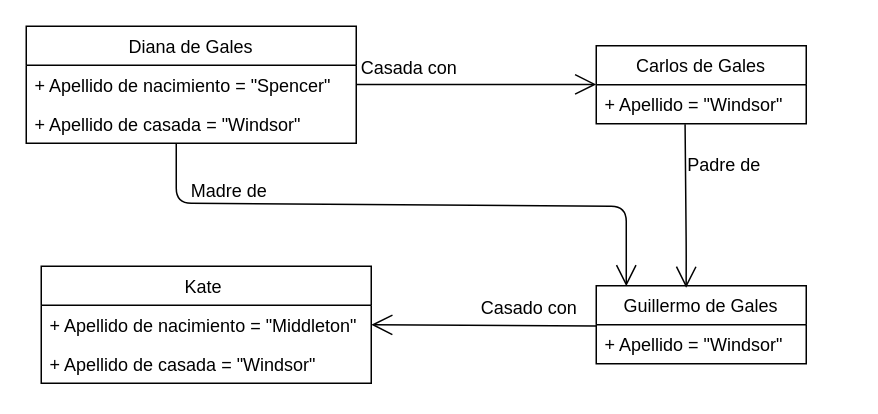
Above: Ejercicio_02.drawio in Trabajos-grupales/UML (draw.io), before the change. Source tidied: cells renumbered, new cells numbered last; positions are measured from the earlier drawing's top-left corner, leaving out a move shared by most shapes. Both pictures are drawn from the tidied source at 150%, with x=0, y=0 at pixel (26, 26).
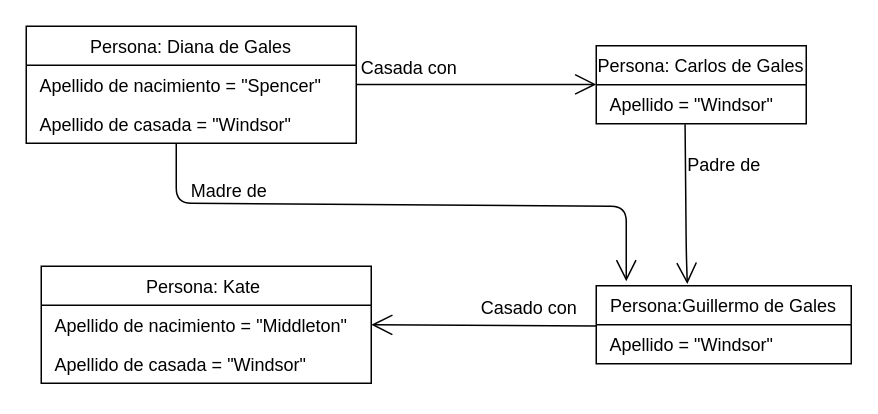
The same page after the edit.

Change to the diagram source:
```diff
@@
-    <mxCell id="2" value="Diana de Gales" style="swimlane;fontStyle=0;horizontal=1;startSize=26;fillColor=none;" parent="1" vertex="1">
+    <mxCell id="2" value="Persona: Diana de Gales" style="swimlane;fontStyle=0;horizontal=1;startSize=26;fillColor=none;" parent="1" vertex="1">
       <mxGeometry width="220" height="78" as="geometry" />
     </mxCell>
-    <mxCell id="3" value="+ Apellido de nacimiento = &quot;Spencer&quot;" style="text;strokeColor=none;fillColor=none;align=left;verticalAlign=top;spacingLeft=4;spacingRight=4;overflow=hidden;" parent="2" vertex="1">
+    <mxCell id="3" value=" Apellido de nacimiento = &quot;Spencer&quot;" style="text;strokeColor=none;fillColor=none;align=left;verticalAlign=top;spacingLeft=4;spacingRight=4;overflow=hidden;" parent="2" vertex="1">
       <mxGeometry y="26" width="220" height="26" as="geometry" />
     </mxCell>
-    <mxCell id="4" value="+ Apellido de casada = &quot;Windsor&quot;" style="text;strokeColor=none;fillColor=none;align=left;verticalAlign=top;spacingLeft=4;spacingRight=4;overflow=hidden;" parent="2" vertex="1">
+    <mxCell id="4" value=" Apellido de casada = &quot;Windsor&quot;" style="text;strokeColor=none;fillColor=none;align=left;verticalAlign=top;spacingLeft=4;spacingRight=4;overflow=hidden;" parent="2" vertex="1">
       <mxGeometry y="52" width="220" height="26" as="geometry" />
     </mxCell>
-    <mxCell id="5" value="Carlos de Gales" style="swimlane;fontStyle=0;horizontal=1;startSize=26;fillColor=none;" parent="1" vertex="1">
+    <mxCell id="5" value="Persona: Carlos de Gales" style="swimlane;fontStyle=0;horizontal=1;startSize=26;fillColor=none;" parent="1" vertex="1">
       <mxGeometry x="380" y="13" width="140" height="52" as="geometry" />
     </mxCell>
-    <mxCell id="6" value="+ Apellido = &quot;Windsor&quot;" style="text;strokeColor=none;fillColor=none;align=left;verticalAlign=top;spacingLeft=4;spacingRight=4;overflow=hidden;points=[[0,0.5],[1,0.5]];portConstraint=eastwest;" parent="5" vertex="1">
+    <mxCell id="6" value=" Apellido = &quot;Windsor&quot;" style="text;strokeColor=none;fillColor=none;align=left;verticalAlign=top;spacingLeft=4;spacingRight=4;overflow=hidden;points=[[0,0.5],[1,0.5]];portConstraint=eastwest;" parent="5" vertex="1">
       <mxGeometry y="26" width="140" height="26" as="geometry" />
     </mxCell>
-    <mxCell id="7" value="Guillermo de Gales" style="swimlane;fontStyle=0;horizontal=1;startSize=26;fillColor=none;" parent="1" vertex="1">
-      <mxGeometry x="380" y="173" width="140" height="52" as="geometry" />
+    <mxCell id="7" value="Persona:Guillermo de Gales" style="swimlane;fontStyle=0;horizontal=1;startSize=26;fillColor=none;" parent="1" vertex="1">
+      <mxGeometry x="380" y="173" width="170" height="52" as="geometry" />
     </mxCell>
-    <mxCell id="8" value="+ Apellido = &quot;Windsor&quot;" style="text;strokeColor=none;fillColor=none;align=left;verticalAlign=top;spacingLeft=4;spacingRight=4;overflow=hidden;points=[[0,0.5],[1,0.5]];portConstraint=eastwest;" parent="7" vertex="1">
-      <mxGeometry y="26" width="140" height="26" as="geometry" />
+    <mxCell id="8" value=" Apellido = &quot;Windsor&quot;" style="text;strokeColor=none;fillColor=none;align=left;verticalAlign=top;spacingLeft=4;spacingRight=4;overflow=hidden;points=[[0,0.5],[1,0.5]];portConstraint=eastwest;" parent="7" vertex="1">
+      <mxGeometry y="26" width="170" height="26" as="geometry" />
     </mxCell>
-    <mxCell id="9" value="Kate " style="swimlane;fontStyle=0;horizontal=1;startSize=26;fillColor=none;" parent="1" vertex="1">
+    <mxCell id="9" value="Persona: Kate " style="swimlane;fontStyle=0;horizontal=1;startSize=26;fillColor=none;" parent="1" vertex="1">
       <mxGeometry x="10" y="160" width="220" height="78" as="geometry" />
     </mxCell>
-    <mxCell id="10" value="+ Apellido de nacimiento = &quot;Middleton&quot;" style="text;strokeColor=none;fillColor=none;align=left;verticalAlign=top;spacingLeft=4;spacingRight=4;overflow=hidden;points=[[0,0.5],[1,0.5]];portConstraint=eastwest;" parent="9" vertex="1">
+    <mxCell id="10" value=" Apellido de nacimiento = &quot;Middleton&quot;" style="text;strokeColor=none;fillColor=none;align=left;verticalAlign=top;spacingLeft=4;spacingRight=4;overflow=hidden;points=[[0,0.5],[1,0.5]];portConstraint=eastwest;" parent="9" vertex="1">
       <mxGeometry y="26" width="220" height="26" as="geometry" />
     </mxCell>
-    <mxCell id="11" value="+ Apellido de casada = &quot;Windsor&quot;" style="text;strokeColor=none;fillColor=none;align=left;verticalAlign=top;spacingLeft=4;spacingRight=4;overflow=hidden;" parent="9" vertex="1">
+    <mxCell id="11" value=" Apellido de casada = &quot;Windsor&quot;" style="text;strokeColor=none;fillColor=none;align=left;verticalAlign=top;spacingLeft=4;spacingRight=4;overflow=hidden;" parent="9" vertex="1">
       <mxGeometry y="52" width="220" height="26" as="geometry" />
     </mxCell>
@@
-    <mxCell id="14" style="endArrow=open;endFill=1;endSize=12;html=1;exitX=0.423;exitY=1.014;exitDx=0;exitDy=0;exitPerimeter=0;entryX=0.428;entryY=0.027;entryDx=0;entryDy=0;entryPerimeter=0;" parent="1" edge="1" source="6" target="7">
+    <mxCell id="14" style="endArrow=open;endFill=1;endSize=12;html=1;exitX=0.423;exitY=1.014;exitDx=0;exitDy=0;exitPerimeter=0;entryX=0.357;entryY=-0.022;entryDx=0;entryDy=0;entryPerimeter=0;" parent="1" edge="1" source="6" target="7">
       <mxGeometry relative="1" as="geometry">
         <Array as="points">
           <mxPoint x="440" y="150" />
         </Array>
       </mxGeometry>
     </mxCell>
@@
-    <mxCell id="18" style="endArrow=open;endFill=1;endSize=12;html=1;entryX=0.143;entryY=0.007;entryDx=0;entryDy=0;entryPerimeter=0;" parent="1" edge="1" target="7">
+    <mxCell id="18" style="endArrow=open;endFill=1;endSize=12;html=1;" parent="1" edge="1">
       <mxGeometry relative="1" as="geometry">
         <mxPoint x="100" y="78" as="sourcePoint" />
+        <mxPoint x="400" y="170" as="targetPoint" />
         <Array as="points">
           <mxPoint x="100" y="118" />
           <mxPoint x="400" y="120" />
         </Array>
       </mxGeometry>
     </mxCell>
```
